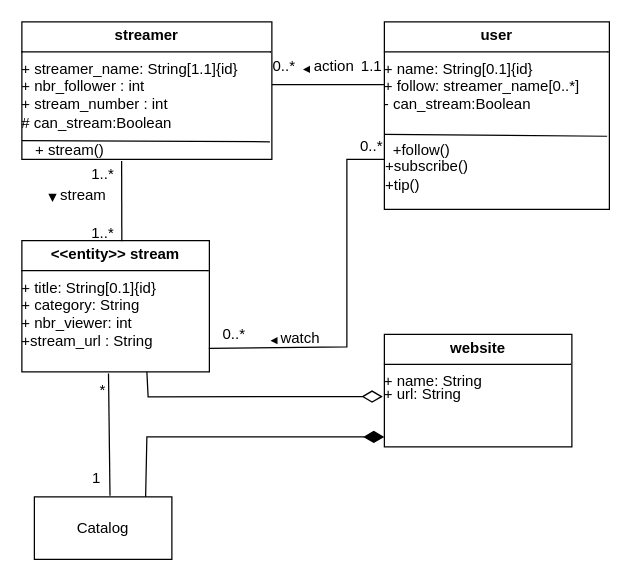
monority/.NET keeps this draw.io diagram as _UML/_exercice/_diag_ex5.drawio. Above is the earlier version. Source tidied: cells renumbered, new cells numbered last; positions are measured from the earlier drawing's top-left corner, leaving out a move shared by most shapes. Both pictures are drawn from the tidied source at 125%, with x=0, y=0 at pixel (21, 21).
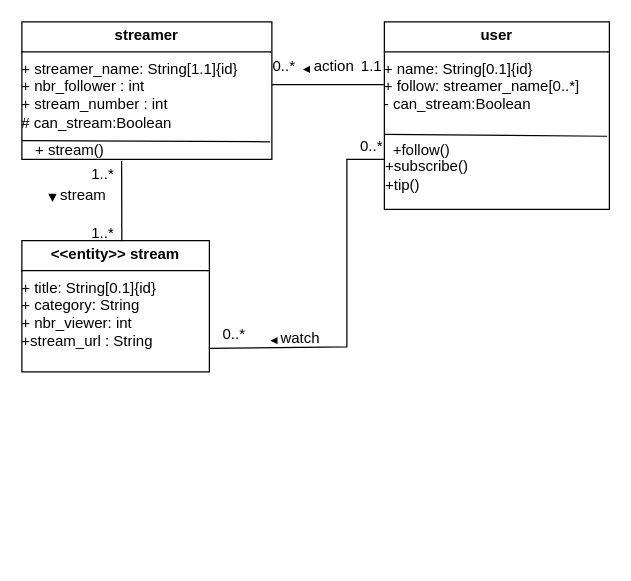
After the change.

Commit message:
DELETE : Agregation and composition

Unchanged cells that the change refers to:
```xml
<mxCell id="3" value="&lt;p style=&quot;margin:0px;margin-top:4px;text-align:center;&quot;&gt;&lt;b&gt;&amp;lt;&amp;lt;entity&amp;gt;&amp;gt; stream&lt;/b&gt;&lt;/p&gt;&lt;hr size=&quot;1&quot; style=&quot;border-style:solid;&quot;&gt;&lt;div style=&quot;height:2px;&quot;&gt;+ title: String[0.1]{id}&lt;br&gt;&lt;/div&gt;&lt;div style=&quot;height:2px;&quot;&gt;&lt;br&gt;&lt;/div&gt;&lt;div style=&quot;height:2px;&quot;&gt;&lt;br&gt;&lt;/div&gt;&lt;div style=&quot;height:2px;&quot;&gt;&lt;br&gt;&lt;/div&gt;&lt;div style=&quot;height:2px;&quot;&gt;&lt;br&gt;&lt;/div&gt;&lt;div style=&quot;height:2px;&quot;&gt;&lt;br&gt;&lt;/div&gt;&lt;div style=&quot;height:2px;&quot;&gt;&lt;br&gt;&lt;/div&gt;&lt;div style=&quot;height:2px;&quot;&gt;+ category: String&lt;br&gt;&lt;/div&gt;&lt;div style=&quot;height:2px;&quot;&gt;&lt;br&gt;&lt;/div&gt;&lt;div style=&quot;height:2px;&quot;&gt;&lt;br&gt;&lt;/div&gt;&lt;div style=&quot;height:2px;&quot;&gt;&lt;br&gt;&lt;/div&gt;&lt;div style=&quot;height:2px;&quot;&gt;&lt;br&gt;&lt;/div&gt;&lt;div style=&quot;height:2px;&quot;&gt;&lt;br&gt;&lt;/div&gt;&lt;div style=&quot;height:2px;&quot;&gt;&lt;br&gt;&lt;/div&gt;&lt;div style=&quot;height:2px;&quot;&gt;+ nbr_viewer: int&lt;br&gt;+stream_url : String&lt;br&gt;&lt;/div&gt;" style="verticalAlign=top;align=left;overflow=fill;html=1;whiteSpace=wrap;" parent="1" vertex="1">
  <mxGeometry y="175" width="150" height="105" as="geometry" />
</mxCell>
```

Diff of the diagram source:
```diff
@@
-    <mxCell id="4" value="&lt;p style=&quot;margin:0px;margin-top:4px;text-align:center;&quot;&gt;&lt;b&gt;website&lt;/b&gt;&lt;/p&gt;&lt;hr size=&quot;1&quot; style=&quot;border-style:solid;&quot;&gt;&lt;div style=&quot;height:2px;&quot;&gt;+ name: String&lt;br&gt;&lt;/div&gt;&lt;div style=&quot;height:2px;&quot;&gt;&lt;br&gt;&lt;/div&gt;&lt;div style=&quot;height:2px;&quot;&gt;&lt;br&gt;&lt;/div&gt;&lt;div style=&quot;height:2px;&quot;&gt;&lt;br&gt;&lt;/div&gt;&lt;div style=&quot;height:2px;&quot;&gt;&lt;br&gt;&lt;/div&gt;&lt;div style=&quot;height:2px;&quot;&gt;+ url: String&lt;br&gt;&lt;/div&gt;&lt;div style=&quot;height:2px;&quot;&gt;&lt;br&gt;&lt;/div&gt;&lt;div style=&quot;height:2px;&quot;&gt;&lt;br&gt;&lt;/div&gt;&lt;div style=&quot;height:2px;&quot;&gt;&lt;br&gt;&lt;/div&gt;&lt;div style=&quot;height:2px;&quot;&gt;&lt;br&gt;&lt;/div&gt;&lt;div style=&quot;height:2px;&quot;&gt;&lt;br&gt;&lt;/div&gt;&lt;div style=&quot;height:2px;&quot;&gt;&lt;br&gt;&lt;/div&gt;&lt;div style=&quot;height:2px;&quot;&gt;&lt;br&gt;&lt;/div&gt;" style="verticalAlign=top;align=left;overflow=fill;html=1;whiteSpace=wrap;" parent="1" vertex="1">
-      <mxGeometry x="290" y="250" width="150" height="90" as="geometry" />
-    </mxCell>
-    <mxCell id="5" value="Catalog" style="html=1;whiteSpace=wrap;" parent="1" vertex="1">
-      <mxGeometry x="10" y="380" width="110" height="50" as="geometry" />
-    </mxCell>
-    <mxCell id="6" style="endArrow=none;html=1;rounded=0;exitX=0.462;exitY=1.013;exitDx=0;exitDy=0;exitPerimeter=0;entryX=0.55;entryY=-0.017;entryDx=0;entryDy=0;entryPerimeter=0;" parent="1" edge="1" source="3" target="5">
-      <mxGeometry relative="1" as="geometry" />
-    </mxCell>
-    <mxCell id="7" value="*" style="text;html=1;align=center;verticalAlign=middle;whiteSpace=wrap;rounded=0;" parent="1" vertex="1">
-      <mxGeometry x="35" y="280" width="60" height="30" as="geometry" />
-    </mxCell>
-    <mxCell id="8" value="1" style="text;html=1;align=center;verticalAlign=middle;whiteSpace=wrap;rounded=0;" parent="1" vertex="1">
-      <mxGeometry x="30" y="350" width="60" height="30" as="geometry" />
-    </mxCell>
-    <mxCell id="9" style="endArrow=none;html=1;endSize=12;startArrow=diamondThin;startSize=14;startFill=0;edgeStyle=orthogonalEdgeStyle;align=left;verticalAlign=bottom;rounded=0;endFill=0;exitX=-0.009;exitY=0.553;exitDx=0;exitDy=0;exitPerimeter=0;" parent="1" edge="1" source="4">
-      <mxGeometry x="-1" y="3" relative="1" as="geometry">
-        <mxPoint x="100" y="280" as="targetPoint" />
-        <Array as="points">
-          <mxPoint x="260" y="300" />
-          <mxPoint x="101" y="300" />
-          <mxPoint x="101" y="280" />
-        </Array>
-      </mxGeometry>
-    </mxCell>
-    <mxCell id="10" style="endArrow=none;html=1;endSize=12;startArrow=diamondThin;startSize=14;startFill=1;edgeStyle=orthogonalEdgeStyle;align=left;verticalAlign=bottom;rounded=0;entryX=0.75;entryY=0;entryDx=0;entryDy=0;endFill=0;" parent="1" edge="1">
-      <mxGeometry x="-1" y="3" relative="1" as="geometry">
-        <mxPoint x="290" y="332" as="sourcePoint" />
-        <mxPoint x="99" y="380" as="targetPoint" />
-        <Array as="points">
-          <mxPoint x="100" y="332" />
-          <mxPoint x="100" y="380" />
-        </Array>
-      </mxGeometry>
-    </mxCell>
```
